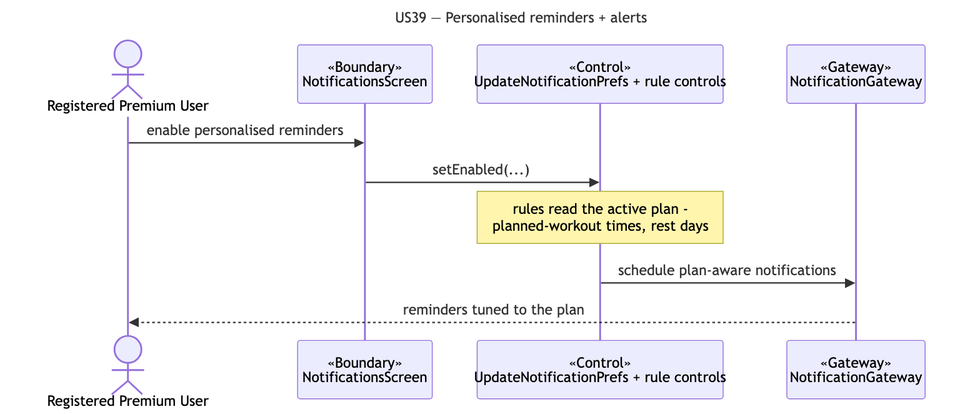
This is docs/deliverables/sequence-diagrams/US39-personal-reminders.png from cyuanjun/FYP-26-S2-37-app, a Mermaid export, as it was before one commit. Its source is kept beside it as docs/deliverables/sequence-diagrams/src/US39-personal-reminders.mmd. Its diagram source:
```mermaid
---
title: "US39 — Personalised reminders + alerts"
---
sequenceDiagram
  actor A as Registered Premium User
  participant B as «Boundary»<br/>NotificationsScreen
  participant C as «Control»<br/>UpdateNotificationPrefs + rule controls
  participant G as «Gateway»<br/>NotificationGateway
  A->>B: enable personalised reminders
  B->>C: setEnabled(...)
  note over C: rules read the active plan -<br/>planned-workout times, rest days
  C->>G: schedule plan-aware notifications
  G-->>A: reminders tuned to the plan
```
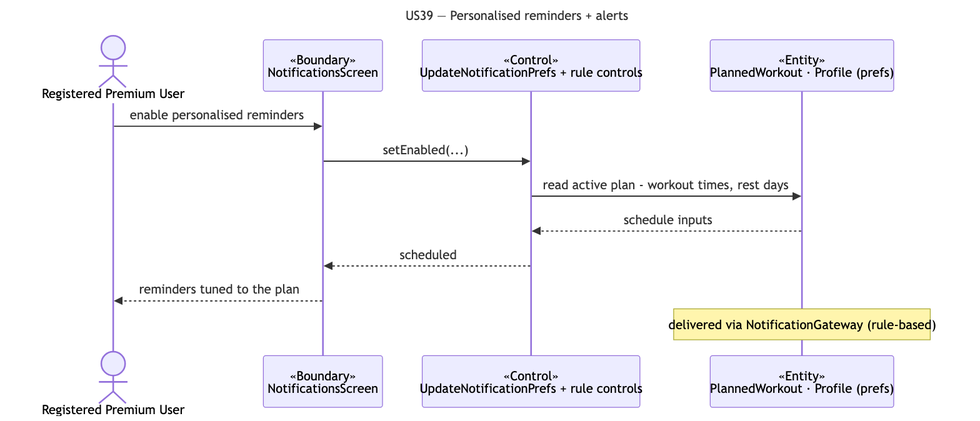
Later version of the same file.

Change to the diagram source:
```diff
@@ -5,9 +5,11 @@
   actor A as Registered Premium User
   participant B as «Boundary»<br/>NotificationsScreen
   participant C as «Control»<br/>UpdateNotificationPrefs + rule controls
-  participant G as «Gateway»<br/>NotificationGateway
+  participant E as «Entity»<br/>PlannedWorkout · Profile (prefs)
   A->>B: enable personalised reminders
   B->>C: setEnabled(...)
-  note over C: rules read the active plan -<br/>planned-workout times, rest days
-  C->>G: schedule plan-aware notifications
-  G-->>A: reminders tuned to the plan
+  C->>E: read active plan - workout times, rest days
+  E-->>C: schedule inputs
+  C-->>B: scheduled
+  B-->>A: reminders tuned to the plan
+  note over E: delivered via NotificationGateway (rule-based)
```
